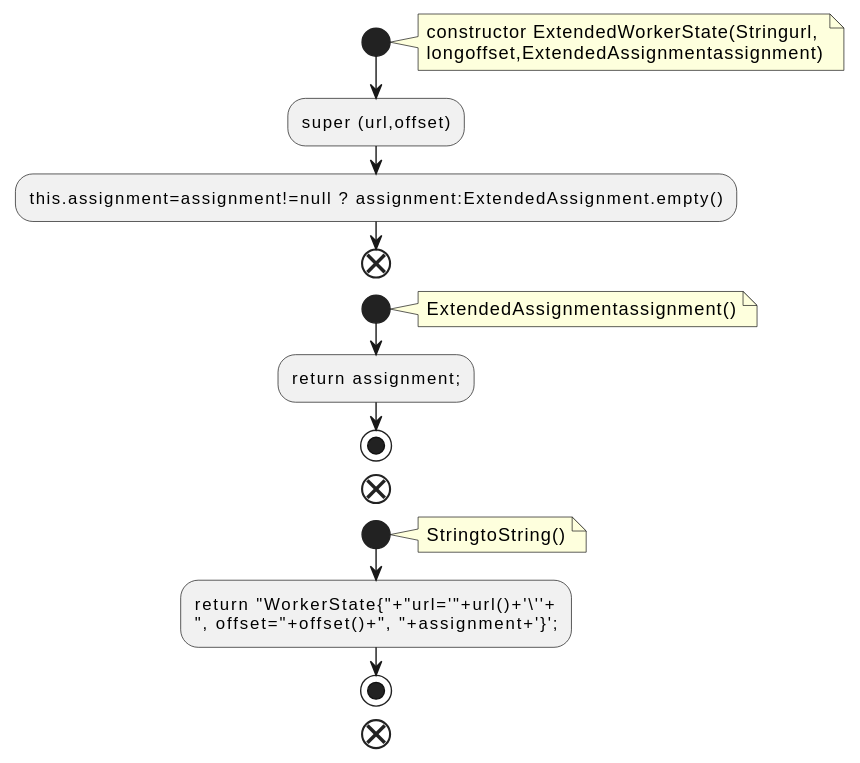
This is docs/qc/connect/runtime/src/main/java/org/apache/kafka/connect/runtime/distributed/ExtendedWorkerState.java.fct.svg from qualitesys/kafka, a PlantUML export, as it was before one commit.
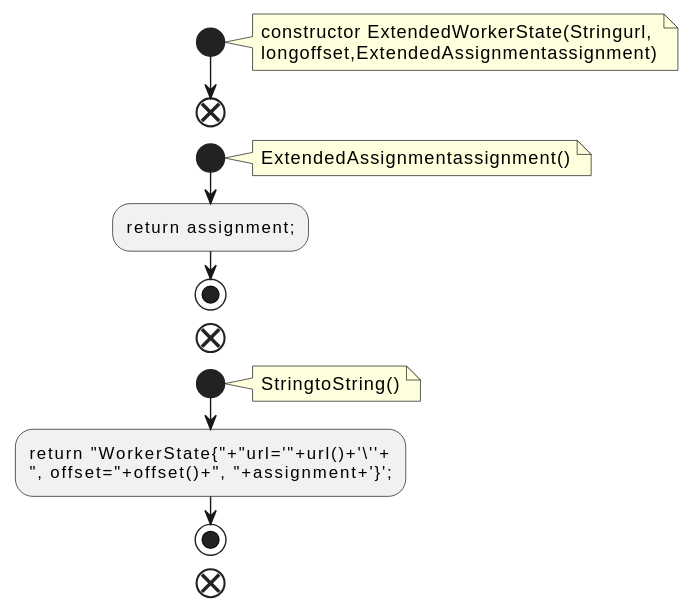
After the commit.

What changed in the source:
```diff
@@ -5,8 +5,6 @@
 constructor ExtendedWorkerState(Stringurl,
 longoffset,ExtendedAssignmentassignment)
 end note
-:super (url,offset);
-:this.assignment=assignment!=null ? assignment:ExtendedAssignment.empty();
 end
 start
 note right
```
